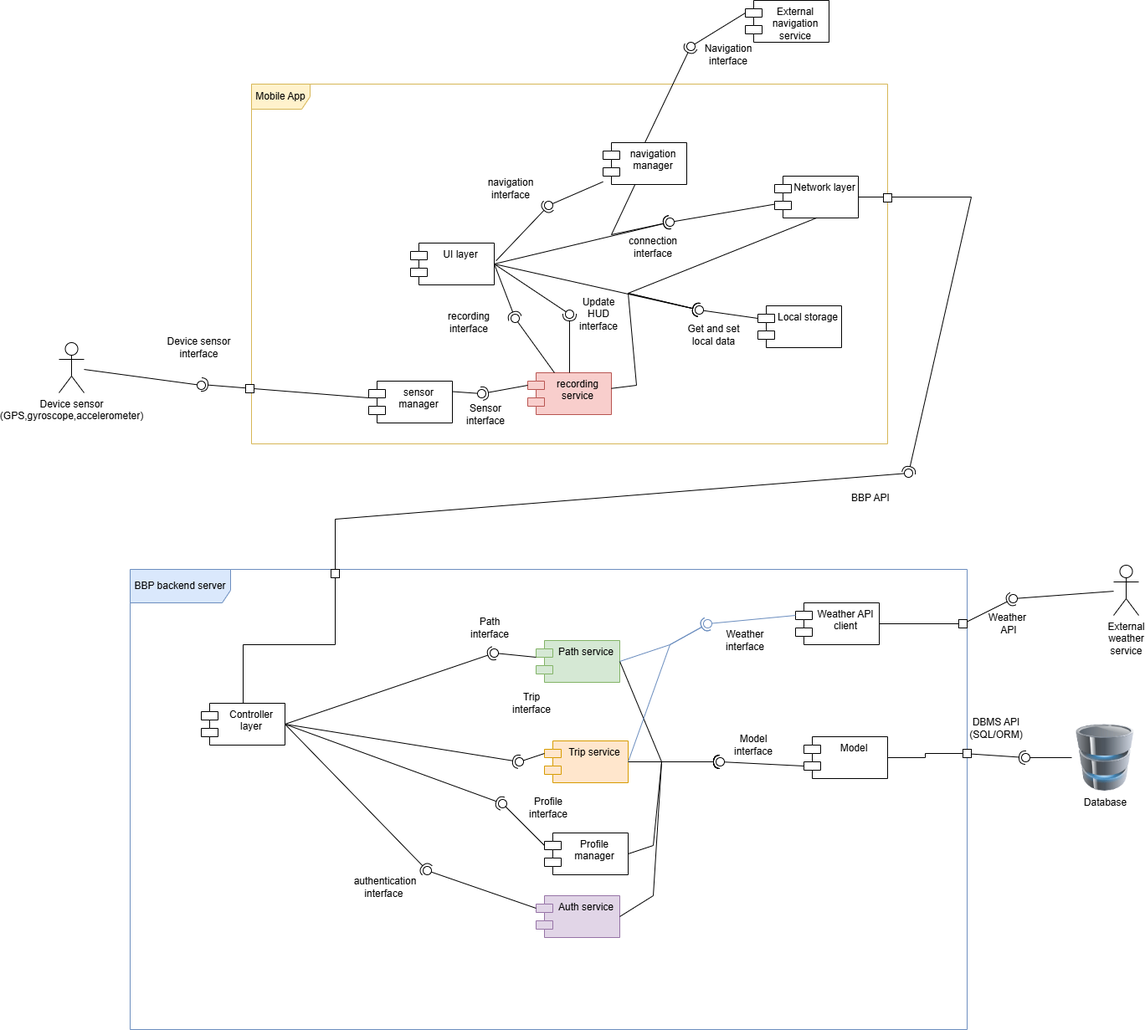
The draw.io diagram DD/LaTeXCode/images/componentDiagrams/Component_diagram-Complete_low_level_diagram.drawio.png in jacopobellosi/Bellosi-Montanelli-Tempobono, before a commit. Source tidied: cells renumbered, new cells last; positions are measured from the earlier drawing's top-left corner, leaving out a move shared by most shapes.
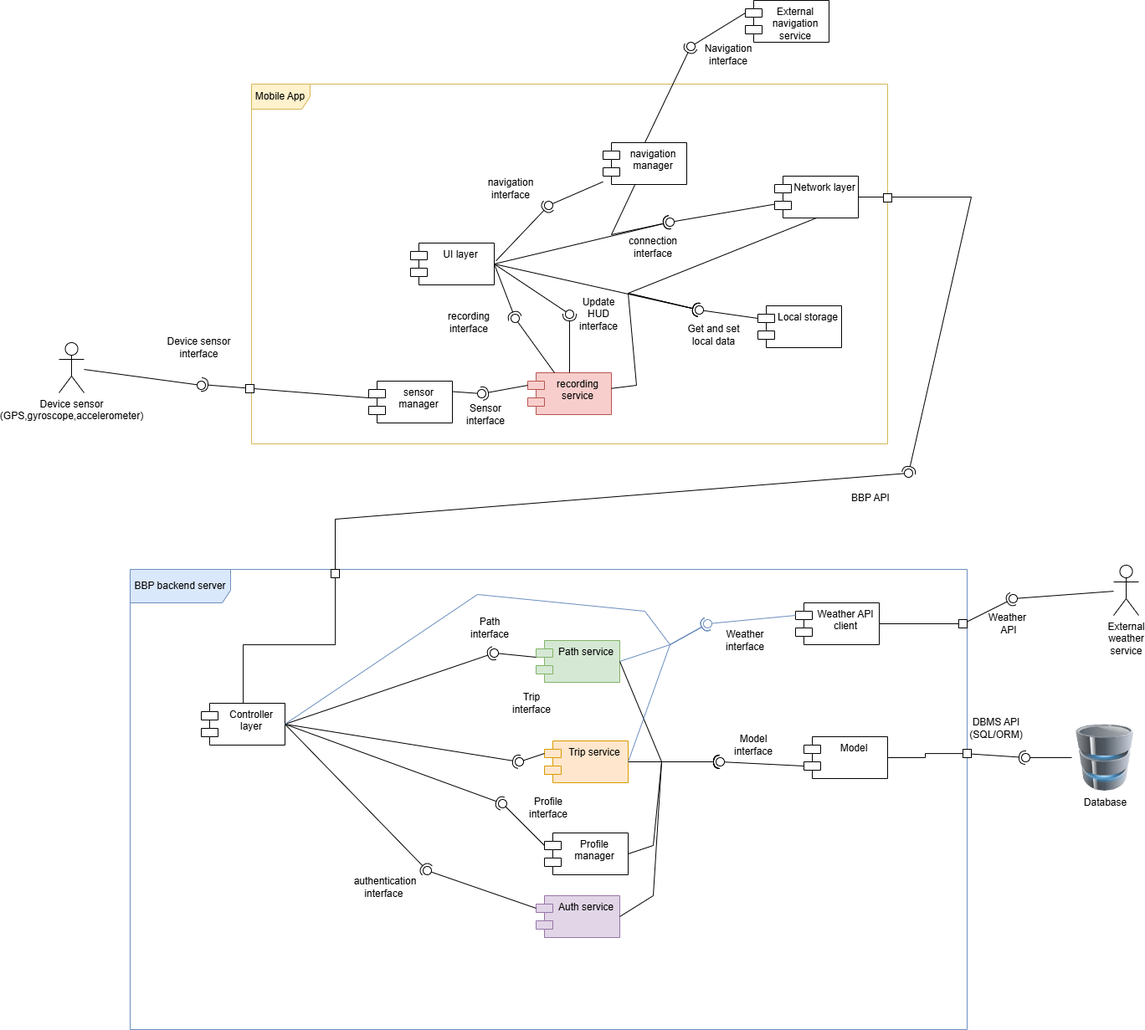
After the change.

The edit, as a diff of the source:
```diff
@@ -432,5 +432,14 @@
     <mxCell id="121" value="&lt;span style=&quot;text-wrap-mode: wrap;&quot;&gt;External weather service&lt;/span&gt;" style="shape=umlActor;verticalLabelPosition=bottom;verticalAlign=top;html=1;outlineConnect=0;" parent="1" vertex="1">
       <mxGeometry x="1260" y="675" width="30" height="60" as="geometry" />
     </mxCell>
+    <mxCell id="122" style="rounded=0;jettySize=auto;html=1;endArrow=halfCircle;endFill=0;endSize=6;strokeWidth=1;sketch=0;exitX=1;exitY=0.5;exitDx=0;exitDy=0;fillColor=#dae8fc;strokeColor=#6c8ebf;entryX=0.57;entryY=0.12;entryDx=0;entryDy=0;entryPerimeter=0;" parent="1" edge="1" source="26" target="54">
+      <mxGeometry relative="1" as="geometry">
+        <Array as="points">
+          <mxPoint x="500" y="710" />
+          <mxPoint x="700" y="730" />
+          <mxPoint x="730" y="770" />
+        </Array>
+      </mxGeometry>
+    </mxCell>
   </root>
 </mxGraphModel>
```
